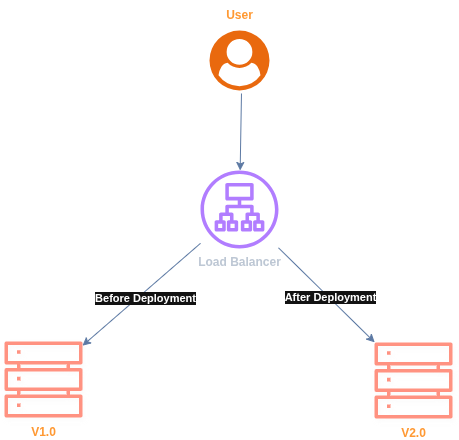
Above: static/img/tech/big-bang-deployment.png in lnvn/idishare (draw.io), before the change. Source tidied: cells renumbered, new cells last; positions are measured from the earlier drawing's top-left corner, leaving out a move shared by most shapes.
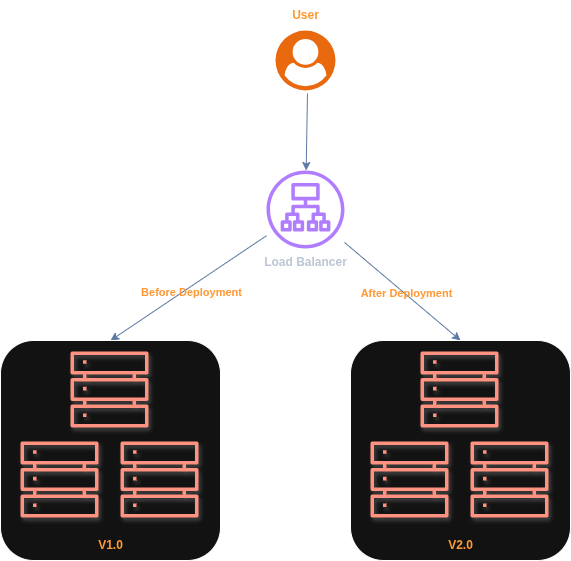
The same diagram one commit later.

Commit message:
update bigbang deployment diagram

Change to the diagram source:
```diff
@@ -5,25 +5,19 @@
     <mxCell id="2" value="&lt;b&gt;Load Balancer&lt;/b&gt;" style="sketch=0;outlineConnect=0;fontColor=#232F3E;gradientColor=none;fillColor=#8C4FFF;strokeColor=none;dashed=0;verticalLabelPosition=bottom;verticalAlign=top;align=center;html=1;fontSize=12;fontStyle=0;shape=mxgraph.aws4.application_load_balancer;" parent="1" vertex="1">
       <mxGeometry x="196" y="170" width="78" height="78" as="geometry" />
     </mxCell>
-    <mxCell id="3" value="&lt;b&gt;&lt;font style=&quot;color: light-dark(rgb(0, 0, 0), rgb(255, 153, 51));&quot;&gt;V1.0&lt;/font&gt;&lt;/b&gt;" style="sketch=0;outlineConnect=0;fontColor=#ffffff;fillColor=#e51400;strokeColor=#B20000;dashed=0;verticalLabelPosition=bottom;verticalAlign=top;align=center;html=1;fontSize=12;fontStyle=0;shape=mxgraph.aws4.servers;shadow=1;" parent="1" vertex="1">
-      <mxGeometry y="340" width="78" height="78" as="geometry" />
-    </mxCell>
-    <mxCell id="4" value="&lt;b&gt;&lt;font style=&quot;color: light-dark(rgb(0, 0, 0), rgb(255, 153, 51));&quot;&gt;V2.0&lt;/font&gt;&lt;/b&gt;" style="sketch=0;outlineConnect=0;fontColor=#ffffff;fillColor=#e51400;strokeColor=#B20000;dashed=0;verticalLabelPosition=bottom;verticalAlign=top;align=center;html=1;fontSize=12;fontStyle=0;shape=mxgraph.aws4.servers;shadow=1;" parent="1" vertex="1">
-      <mxGeometry x="370" y="341" width="78" height="78" as="geometry" />
-    </mxCell>
     <mxCell id="5" style="endArrow=classic;html=1;rounded=0;fillColor=#dae8fc;gradientColor=#7ea6e0;strokeColor=#6c8ebf;exitX=0.533;exitY=1.05;exitDx=0;exitDy=0;exitPerimeter=0;" parent="1" edge="1" source="10" target="2">
       <mxGeometry relative="1" as="geometry" />
     </mxCell>
-    <mxCell id="6" style="endArrow=classic;html=1;rounded=0;fillColor=#dae8fc;gradientColor=#7ea6e0;strokeColor=#6c8ebf;" parent="1" edge="1" source="2" target="3">
+    <mxCell id="6" style="endArrow=classic;html=1;rounded=0;fillColor=#dae8fc;gradientColor=#7ea6e0;strokeColor=#6c8ebf;entryX=0.5;entryY=0;entryDx=0;entryDy=0;" parent="1" edge="1" source="2" target="13">
       <mxGeometry relative="1" as="geometry" />
     </mxCell>
-    <mxCell id="7" value="&lt;b&gt;Before Deployment&lt;/b&gt;" style="edgeLabel;html=1;align=center;verticalAlign=middle;" parent="6" vertex="1">
+    <mxCell id="7" value="&lt;b&gt;Before Deployment&lt;/b&gt;" style="edgeLabel;html=1;align=center;verticalAlign=middle;labelBackgroundColor=none;fontColor=light-dark(#000000,#FF9933);" parent="6" vertex="1">
       <mxGeometry y="5" relative="1" as="geometry" />
     </mxCell>
-    <mxCell id="8" style="endArrow=classic;html=1;rounded=0;fillColor=#dae8fc;gradientColor=#7ea6e0;strokeColor=#6c8ebf;" parent="1" edge="1" source="2" target="4">
+    <mxCell id="8" style="endArrow=classic;html=1;rounded=0;fillColor=#dae8fc;gradientColor=#7ea6e0;strokeColor=#6c8ebf;entryX=0.5;entryY=0;entryDx=0;entryDy=0;" parent="1" edge="1" source="2" target="18">
       <mxGeometry relative="1" as="geometry" />
     </mxCell>
-    <mxCell id="9" value="&lt;b&gt;After Deployment&lt;/b&gt;" style="edgeLabel;html=1;align=center;verticalAlign=middle;" parent="8" vertex="1">
+    <mxCell id="9" value="&lt;b&gt;After Deployment&lt;/b&gt;" style="edgeLabel;html=1;align=center;verticalAlign=middle;labelBackgroundColor=none;fontColor=light-dark(#000000,#FF9933);" parent="8" vertex="1">
       <mxGeometry x="0.06" y="1" relative="1" as="geometry" />
     </mxCell>
     <mxCell id="10" style="points=[];html=1;align=center;shadow=0;dashed=0;fillColor=#FF6A00;strokeColor=none;shape=mxgraph.alibaba_cloud.user;" parent="1" vertex="1">
@@ -32,5 +26,41 @@
     <mxCell id="11" value="&lt;b&gt;&lt;font style=&quot;color: light-dark(rgb(0, 0, 0), rgb(255, 153, 51));&quot;&gt;User&lt;/font&gt;&lt;/b&gt;" style="text;html=1;align=center;verticalAlign=middle;strokeColor=none;fillColor=none;" parent="1" vertex="1">
       <mxGeometry x="210" width="50" height="30" as="geometry" />
     </mxCell>
+    <mxCell id="12" style="group;" parent="1" vertex="1">
+      <mxGeometry x="-70" y="340" width="220" height="220" as="geometry" />
+    </mxCell>
+    <mxCell id="13" style="rounded=1;whiteSpace=wrap;html=1;" parent="12" vertex="1">
+      <mxGeometry width="220" height="220" as="geometry" />
+    </mxCell>
+    <mxCell id="3" style="sketch=0;outlineConnect=0;fontColor=#ffffff;fillColor=#e51400;strokeColor=#B20000;dashed=0;verticalLabelPosition=bottom;verticalAlign=top;align=center;html=1;fontSize=12;fontStyle=0;shape=mxgraph.aws4.servers;shadow=1;" parent="12" vertex="1">
+      <mxGeometry x="70" y="10" width="78" height="78" as="geometry" />
+    </mxCell>
+    <mxCell id="14" style="sketch=0;fontColor=#ffffff;fillColor=#e51400;strokeColor=#B20000;dashed=0;verticalLabelPosition=bottom;verticalAlign=top;align=center;html=1;fontSize=12;fontStyle=0;shape=mxgraph.aws4.servers;shadow=1;" parent="12" vertex="1">
+      <mxGeometry x="20" y="100" width="78" height="78" as="geometry" />
+    </mxCell>
+    <mxCell id="15" style="sketch=0;fontColor=#ffffff;fillColor=#e51400;strokeColor=#B20000;dashed=0;verticalLabelPosition=bottom;verticalAlign=top;align=center;html=1;fontSize=12;fontStyle=0;shape=mxgraph.aws4.servers;shadow=1;" parent="12" vertex="1">
+      <mxGeometry x="120" y="100" width="78" height="78" as="geometry" />
+    </mxCell>
+    <mxCell id="16" value="&lt;b&gt;&lt;font style=&quot;color: light-dark(rgb(0, 0, 0), rgb(255, 153, 51));&quot;&gt;V1.0&lt;/font&gt;&lt;/b&gt;" style="text;html=1;align=center;verticalAlign=middle;strokeColor=none;fillColor=none;" parent="12" vertex="1">
+      <mxGeometry x="85" y="190" width="50" height="30" as="geometry" />
+    </mxCell>
+    <mxCell id="17" style="group;" parent="1" vertex="1">
+      <mxGeometry x="280" y="340" width="220" height="220" as="geometry" />
+    </mxCell>
+    <mxCell id="18" style="rounded=1;whiteSpace=wrap;html=1;" parent="17" vertex="1">
+      <mxGeometry width="220" height="220" as="geometry" />
+    </mxCell>
+    <mxCell id="19" style="sketch=0;fontColor=#ffffff;fillColor=#e51400;strokeColor=#B20000;dashed=0;verticalLabelPosition=bottom;verticalAlign=top;align=center;html=1;fontSize=12;fontStyle=0;shape=mxgraph.aws4.servers;shadow=1;" parent="17" vertex="1">
+      <mxGeometry x="70" y="10" width="78" height="78" as="geometry" />
+    </mxCell>
+    <mxCell id="20" style="sketch=0;fontColor=#ffffff;fillColor=#e51400;strokeColor=#B20000;dashed=0;verticalLabelPosition=bottom;verticalAlign=top;align=center;html=1;fontSize=12;fontStyle=0;shape=mxgraph.aws4.servers;shadow=1;" parent="17" vertex="1">
+      <mxGeometry x="20" y="100" width="78" height="78" as="geometry" />
+    </mxCell>
+    <mxCell id="21" style="sketch=0;fontColor=#ffffff;fillColor=#e51400;strokeColor=#B20000;dashed=0;verticalLabelPosition=bottom;verticalAlign=top;align=center;html=1;fontSize=12;fontStyle=0;shape=mxgraph.aws4.servers;shadow=1;" parent="17" vertex="1">
+      <mxGeometry x="120" y="100" width="78" height="78" as="geometry" />
+    </mxCell>
+    <mxCell id="4" value="&lt;b&gt;&lt;font style=&quot;color: light-dark(rgb(0, 0, 0), rgb(255, 153, 51));&quot;&gt;V2.0&lt;/font&gt;&lt;/b&gt;" style="text;html=1;align=center;verticalAlign=middle;points=[];strokeColor=none;fillColor=none;" parent="17" vertex="1">
+      <mxGeometry x="85" y="190" width="50" height="30" as="geometry" />
+    </mxCell>
   </root>
 </mxGraphModel>
```
